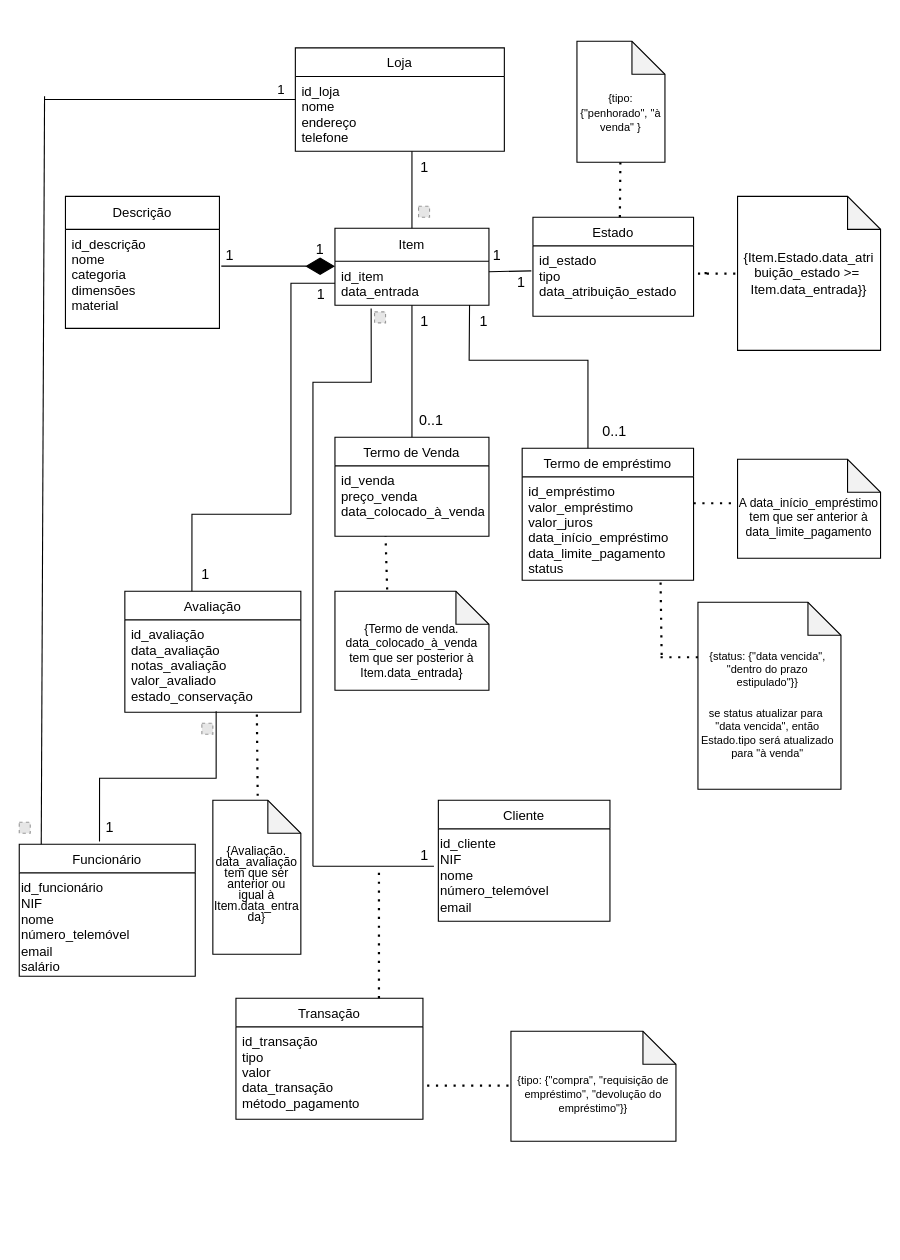
The draw.io diagram bd_fixed.drawio in JorjaKark/bd, before the edit. Source tidied: cells renumbered, new cells numbered last; positions are measured from the earlier drawing's top-left corner, leaving out a move shared by most shapes. Both pictures are drawn from the tidied source at 110%, with x=0, y=0 at pixel (19, 41). Pictures stored in the file or linked from it are replaced by grey dashed boxes.
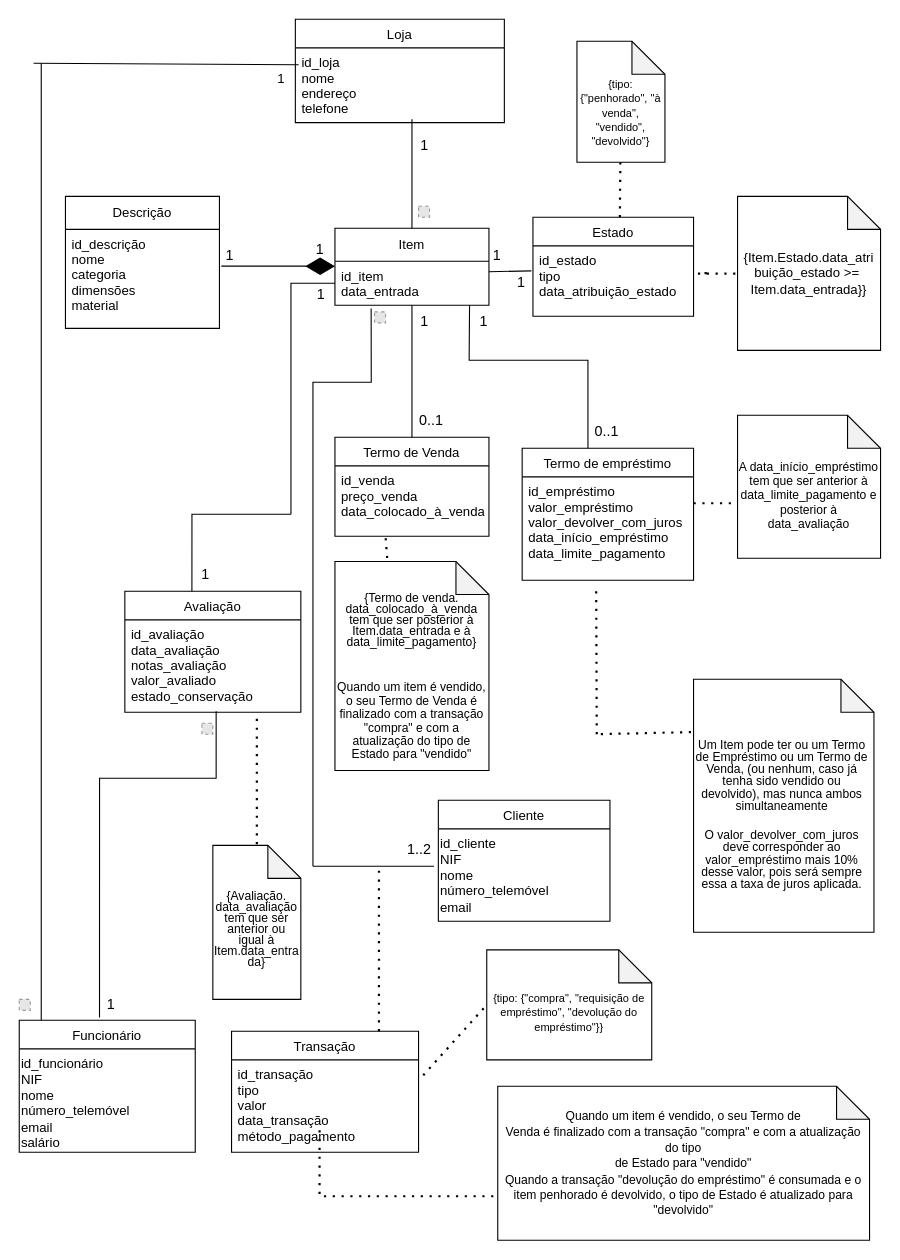
The same diagram, later.

Unchanged cells that the change refers to:
```xml
<mxCell id="6" value="id_loja&#10;nome&#10;endereço&#10;telefone&#10;" style="text;align=left;verticalAlign=top;spacingLeft=4;spacingRight=4;overflow=hidden;points=[[0,0.5],[1,0.5]];portConstraint=eastwest;" parent="5" vertex="1">
  <mxGeometry y="26" width="190" height="64" as="geometry" />
</mxCell>
<mxCell id="10" value="Avaliação" style="swimlane;fontStyle=0;align=center;verticalAlign=top;horizontal=1;startSize=26;rounded=0;shadow=0;strokeWidth=1;" parent="1" vertex="1">
  <mxGeometry x="96" y="500" width="160" height="110" as="geometry" />
</mxCell>
<mxCell id="11" value="Termo de empréstimo" style="swimlane;fontStyle=0;align=center;verticalAlign=top;horizontal=1;startSize=26;rounded=0;shadow=0;strokeWidth=1;" parent="1" vertex="1">
  <mxGeometry x="457.2" y="370" width="155.8" height="120" as="geometry" />
</mxCell>
<mxCell id="16" value="id_transação&#10;tipo&#10;valor&#10;data_transação&#10;método_pagamento&#10;" style="text;align=left;verticalAlign=top;spacingLeft=4;spacingRight=4;overflow=hidden;points=[[0,0.5],[1,0.5]];portConstraint=eastwest;fontStyle=0;" parent="15" vertex="1">
  <mxGeometry y="26" width="170" height="84" as="geometry" />
</mxCell>
```

Change to the diagram source:
```diff
@@
-    <mxCell id="2" value="&lt;div style=&quot;font-size: 11px; margin-top: 16px;&quot;&gt;&lt;font style=&quot;font-size: 11px;&quot;&gt;A data_início_empréstimo tem que ser anterior à data_limite_pagamento&lt;/font&gt;&lt;/div&gt;" style="shape=note;whiteSpace=wrap;html=1;backgroundOutline=1;darkOpacity=0.05;" parent="1" vertex="1">
-      <mxGeometry x="653" y="380" width="130" height="90" as="geometry" />
+    <mxCell id="2" value="&lt;div style=&quot;font-size: 11px; margin-top: 16px;&quot;&gt;&lt;font style=&quot;font-size: 11px;&quot;&gt;A data_início_empréstimo tem que ser anterior à data_limite_pagamento e posterior à data_avaliação&lt;br&gt;&lt;/font&gt;&lt;/div&gt;" style="shape=note;whiteSpace=wrap;html=1;backgroundOutline=1;darkOpacity=0.05;" parent="1" vertex="1">
+      <mxGeometry x="653" y="340" width="130" height="130" as="geometry" />
     </mxCell>
     <mxCell id="3" value="Funcionário" style="swimlane;fontStyle=0;align=center;verticalAlign=top;horizontal=1;startSize=26;rounded=0;shadow=0;strokeWidth=1;" parent="1" vertex="1">
-      <mxGeometry y="730" width="160" height="120" as="geometry" />
+      <mxGeometry y="890" width="160" height="120" as="geometry" />
     </mxCell>
-    <mxCell id="4" value="&lt;div&gt;id_funcionário&lt;/div&gt;&lt;div&gt;NIF&lt;br&gt;&lt;/div&gt;&lt;div&gt;nome&lt;/div&gt;&lt;div&gt;número_telemóvel&lt;/div&gt;&lt;div&gt;email&lt;/div&gt;&lt;div&gt;salário&lt;/div&gt;" style="text;whiteSpace=wrap;html=1;" parent="1" vertex="1">
-      <mxGeometry y="756" width="160" height="78" as="geometry" />
+    <mxCell id="4" value="&lt;div&gt;id_funcionário&lt;/div&gt;&lt;div&gt;NIF&lt;br&gt;&lt;/div&gt;&lt;div&gt;nome&lt;/div&gt;&lt;div&gt;número_telemóvel&lt;/div&gt;&lt;div&gt;email&lt;/div&gt;&lt;div&gt;salário&lt;/div&gt;" style="text;whiteSpace=wrap;html=1;" parent="3" vertex="1">
+      <mxGeometry y="26" width="160" height="78" as="geometry" />
     </mxCell>
     <mxCell id="5" value="Loja" style="swimlane;fontStyle=0;align=center;verticalAlign=top;horizontal=1;startSize=26;rounded=0;shadow=0;strokeWidth=1;" parent="1" vertex="1">
-      <mxGeometry x="251" y="6" width="190" height="94" as="geometry" />
+      <mxGeometry x="251" y="-20" width="190" height="94" as="geometry" />
     </mxCell>
@@
-    <mxCell id="12" value="id_empréstimo&#10;valor_empréstimo&#10;valor_juros&#10;data_início_empréstimo&#10;data_limite_pagamento&#10;status&#10;" style="text;align=left;verticalAlign=top;spacingLeft=4;spacingRight=4;overflow=hidden;fontStyle=0;" parent="11" vertex="1">
+    <mxCell id="12" value="id_empréstimo&#10;valor_empréstimo&#10;valor_devolver_com_juros&#10;data_início_empréstimo&#10;data_limite_pagamento&#10;" style="text;align=left;verticalAlign=top;spacingLeft=4;spacingRight=4;overflow=hidden;fontStyle=0;" parent="11" vertex="1">
       <mxGeometry y="26" width="155.8" height="94" as="geometry" />
     </mxCell>
@@
     <mxCell id="15" value="Transação" style="swimlane;fontStyle=0;align=center;verticalAlign=top;horizontal=1;startSize=26;rounded=0;shadow=0;strokeWidth=1;" parent="1" vertex="1">
-      <mxGeometry x="197" y="870" width="170" height="110" as="geometry" />
+      <mxGeometry x="193" y="900" width="170" height="110" as="geometry" />
     </mxCell>
@@
     <mxCell id="26" style="endArrow=none;html=1;rounded=0;exitX=0.125;exitY=0;exitDx=0;exitDy=0;exitPerimeter=0;" parent="1" edge="1" source="3">
       <mxGeometry relative="1" as="geometry">
-        <mxPoint x="23" y="50" as="targetPoint" />
+        <mxPoint x="20" y="20" as="targetPoint" />
       </mxGeometry>
     </mxCell>
-    <mxCell id="27" style="endArrow=none;html=1;rounded=0;" parent="1" edge="1">
+    <mxCell id="27" style="endArrow=none;html=1;rounded=0;entryX=0.016;entryY=0.24;entryDx=0;entryDy=0;entryPerimeter=0;" parent="1" edge="1" target="6">
       <mxGeometry relative="1" as="geometry">
-        <mxPoint x="23" y="52.9" as="sourcePoint" />
-        <mxPoint x="251" y="52.9" as="targetPoint" />
+        <mxPoint x="13" y="20" as="sourcePoint" />
       </mxGeometry>
     </mxCell>
@@
-    <mxCell id="29" value="&lt;div style=&quot;font-size: 10px; padding-right: 3px; margin-bottom: 0px; margin-top: 16px;&quot; align=&quot;center&quot;&gt;&lt;font style=&quot;font-size: 10px;&quot;&gt;{status: {&quot;data vencida&quot;, &quot;dentro do prazo estipulado&quot;}}&lt;/font&gt;&lt;/div&gt;&lt;div style=&quot;font-size: 10px; padding-right: 3px; margin-bottom: 0px; margin-top: 16px;&quot; align=&quot;center&quot;&gt;&lt;font style=&quot;font-size: 10px;&quot;&gt;se status atualizar para&amp;nbsp; &quot;data vencida&quot;, então Estado.tipo será atualizado para &quot;à venda&quot;&lt;br&gt;&lt;/font&gt;&lt;/div&gt;" style="shape=note;whiteSpace=wrap;html=1;backgroundOutline=1;darkOpacity=0.05;align=center;" parent="1" vertex="1">
-      <mxGeometry x="617" y="510" width="130" height="170" as="geometry" />
+    <mxCell id="29" value="&lt;div style=&quot;padding-right: 3px; margin-bottom: 0px; margin-top: 16px; font-size: 11px; line-height: 100%;&quot; align=&quot;center&quot;&gt;&lt;font style=&quot;font-size: 11px;&quot;&gt;Um Item pode ter ou um Termo de Empréstimo ou um Termo de Venda, (ou nenhum, caso já tenha sido vendido ou devolvido), mas nunca ambos simultaneamente&lt;/font&gt;&lt;/div&gt;&lt;div style=&quot;padding-right: 3px; margin-bottom: 0px; margin-top: 16px; font-size: 11px; line-height: 100%;&quot; align=&quot;center&quot;&gt;&lt;font style=&quot;font-size: 11px;&quot;&gt;O valor_devolver_com_juros deve corresponder ao valor_empréstimo mais 10% desse valor, pois será sempre essa a taxa de juros aplicada.&lt;/font&gt;&lt;/div&gt;" style="shape=note;whiteSpace=wrap;html=1;backgroundOutline=1;darkOpacity=0.05;align=center;" parent="1" vertex="1">
+      <mxGeometry x="613" y="580" width="164" height="230" as="geometry" />
     </mxCell>
     <mxCell id="30" value="&lt;p style=&quot;line-height: 110%; margin-top: 30px; padding-right: 0px;&quot;&gt;&lt;font style=&quot;font-size: 10px;&quot;&gt;{tipo: {&quot;compra&quot;, &quot;requisição de empréstimo&quot;, &quot;devolução do empréstimo&quot;}}&lt;/font&gt;&lt;/p&gt;" style="shape=note;whiteSpace=wrap;html=1;backgroundOutline=1;darkOpacity=0.05;spacingBottom=4;labelBorderColor=none;" parent="1" vertex="1">
-      <mxGeometry x="447" y="900" width="150" height="100" as="geometry" />
+      <mxGeometry x="425" y="826" width="150" height="100" as="geometry" />
     </mxCell>
@@
-    <mxCell id="32" value="&lt;div style=&quot;font-size: 11px; margin-top: 20px;&quot;&gt;&lt;font style=&quot;font-size: 10px;&quot;&gt;{tipo: {&quot;penhorado&quot;, &quot;à venda&quot; }&lt;/font&gt;&lt;/div&gt;" style="shape=note;whiteSpace=wrap;html=1;backgroundOutline=1;darkOpacity=0.05;" parent="1" vertex="1">
+    <mxCell id="32" value="&lt;div style=&quot;font-size: 11px; margin-top: 20px;&quot;&gt;&lt;font style=&quot;font-size: 10px;&quot;&gt;{tipo: {&quot;penhorado&quot;, &quot;à venda&quot;, &quot;vendido&quot;, &quot;devolvido&quot;}&lt;/font&gt;&lt;/div&gt;" style="shape=note;whiteSpace=wrap;html=1;backgroundOutline=1;darkOpacity=0.05;" parent="1" vertex="1">
       <mxGeometry x="507" width="80" height="110" as="geometry" />
     </mxCell>
-    <mxCell id="33" value="&lt;p style=&quot;line-height: 110%; margin-top: 30px;&quot;&gt;&lt;font style=&quot;font-size: 11px;&quot;&gt;{Termo de venda. data_colocado_à_venda tem que ser posterior à Item.data_entrada} &lt;/font&gt;&lt;/p&gt;" style="shape=note;whiteSpace=wrap;html=1;backgroundOutline=1;darkOpacity=0.05;" parent="1" vertex="1">
-      <mxGeometry x="287" y="500" width="140" height="90" as="geometry" />
+    <mxCell id="33" value="&lt;p style=&quot;line-height: 90%; margin-top: 30px; font-size: 11px;&quot;&gt;&lt;font style=&quot;font-size: 11px;&quot;&gt;{Termo de venda. data_colocado_à_venda tem que ser posterior à Item.data_entrada e à data_limite_pagamento} &lt;br&gt;&lt;/font&gt;&lt;/p&gt;&lt;p style=&quot;line-height: 110%; margin-top: 30px; font-size: 11px;&quot;&gt;&lt;font style=&quot;font-size: 11px;&quot;&gt;Quando um item é vendido, o seu Termo de Venda é finalizado com a transação &quot;compra&quot; e com a atualização do tipo de Estado para &quot;vendido&quot;&lt;br&gt;&lt;/font&gt;&lt;/p&gt;" style="shape=note;whiteSpace=wrap;html=1;backgroundOutline=1;darkOpacity=0.05;" parent="1" vertex="1">
+      <mxGeometry x="287" y="473" width="140" height="190" as="geometry" />
     </mxCell>
@@
     <mxCell id="35" style="endArrow=none;dashed=1;html=1;dashPattern=1 3;strokeWidth=2;rounded=0;entryX=0.75;entryY=1;entryDx=0;entryDy=0;" parent="1" edge="1" target="10">
       <mxGeometry relative="1" as="geometry">
-        <mxPoint x="217" y="710" as="sourcePoint" />
+        <mxPoint x="216" y="730" as="sourcePoint" />
       </mxGeometry>
     </mxCell>
     <mxCell id="36" value="&lt;p style=&quot;line-height: 110%;&quot;&gt;&lt;/p&gt;&lt;div style=&quot;margin-top: 25px; font-size: 11px; line-height: 90%;&quot;&gt;&lt;font style=&quot;font-size: 11px;&quot;&gt;{Avaliação. data_avaliação tem que ser anterior ou igual à&lt;br&gt;&lt;/font&gt;&lt;/div&gt;&lt;div style=&quot;font-size: 11px; line-height: 90%;&quot;&gt;&lt;font style=&quot;font-size: 11px;&quot;&gt;Item.data_entra&lt;/font&gt;&lt;/div&gt;&lt;div style=&quot;font-size: 11px; line-height: 90%;&quot;&gt;&lt;font style=&quot;font-size: 11px;&quot;&gt;da}&lt;/font&gt;&lt;/div&gt;&lt;p&gt;&lt;/p&gt;" style="shape=note;whiteSpace=wrap;html=1;backgroundOutline=1;darkOpacity=0.05;" parent="1" vertex="1">
-      <mxGeometry x="176" y="690" width="80" height="140" as="geometry" />
+      <mxGeometry x="176" y="731" width="80" height="140" as="geometry" />
     </mxCell>
@@
     <mxCell id="44" style="endArrow=none;dashed=1;html=1;dashPattern=1 3;strokeWidth=2;rounded=0;" parent="1" edge="1">
       <mxGeometry relative="1" as="geometry">
-        <mxPoint x="327" y="870" as="sourcePoint" />
+        <mxPoint x="327" y="900" as="sourcePoint" />
         <mxPoint x="327" y="750" as="targetPoint" />
       </mxGeometry>
     </mxCell>
-    <mxCell id="45" style="endArrow=none;dashed=1;html=1;dashPattern=1 3;strokeWidth=2;rounded=0;exitX=1.008;exitY=0.602;exitDx=0;exitDy=0;exitPerimeter=0;entryX=-0.017;entryY=0.61;entryDx=0;entryDy=0;entryPerimeter=0;" parent="1" edge="1">
-      <mxGeometry relative="1" as="geometry">
-        <mxPoint x="370.8" y="949.4" as="sourcePoint" />
-        <mxPoint x="447" y="949.4" as="targetPoint" />
-      </mxGeometry>
+    <mxCell id="45" style="endArrow=none;dashed=1;html=1;dashPattern=1 3;strokeWidth=2;rounded=0;exitX=1.025;exitY=0.167;exitDx=0;exitDy=0;exitPerimeter=0;entryX=0;entryY=0.5;entryDx=0;entryDy=0;entryPerimeter=0;" parent="1" edge="1" source="16" target="30">
+      <mxGeometry relative="1" as="geometry" />
     </mxCell>
     <mxCell id="46" style="endArrow=none;html=1;rounded=0;" parent="1" edge="1">
       <mxGeometry relative="1" as="geometry">
         <mxPoint x="357" y="170" as="sourcePoint" />
-        <mxPoint x="357" y="100" as="targetPoint" />
+        <mxPoint x="357" y="71" as="targetPoint" />
       </mxGeometry>
     </mxCell>
     <mxCell id="47" value="1" style="text;align=left;verticalAlign=top;spacingLeft=4;spacingRight=4;overflow=hidden;fontStyle=0;" parent="1" vertex="1">
-      <mxGeometry x="229" y="30" width="22" height="30" as="geometry" />
+      <mxGeometry x="229" y="20" width="22" height="30" as="geometry" />
     </mxCell>
     <mxCell id="48" value="1" style="text;align=left;verticalAlign=top;spacingLeft=4;spacingRight=4;overflow=hidden;fontStyle=0;fontSize=13;" parent="1" vertex="1">
-      <mxGeometry x="73" y="700" width="22" height="30" as="geometry" />
+      <mxGeometry x="74" y="861" width="22" height="30" as="geometry" />
     </mxCell>
-    <mxCell id="49" value="1" style="text;align=left;verticalAlign=top;spacingLeft=4;spacingRight=4;overflow=hidden;fontStyle=0;fontSize=13;" parent="1" vertex="1">
-      <mxGeometry x="359" y="726" width="22" height="30" as="geometry" />
+    <mxCell id="49" value="1..2" style="text;align=left;verticalAlign=top;spacingLeft=4;spacingRight=4;overflow=hidden;fontStyle=0;fontSize=13;" parent="1" vertex="1">
+      <mxGeometry x="347" y="720" width="40" height="30" as="geometry" />
     </mxCell>
@@
     <mxCell id="55" value="1" style="text;align=left;verticalAlign=top;spacingLeft=4;spacingRight=4;overflow=hidden;fontStyle=0;fontSize=13;" parent="1" vertex="1">
-      <mxGeometry x="359" y="100" width="22" height="30" as="geometry" />
+      <mxGeometry x="359" y="80" width="22" height="30" as="geometry" />
     </mxCell>
@@
     <mxCell id="61" style="fillColor=#E6E6E6;strokeColor=#999999;dashed=1;html=1;verticalAlign=top;verticalLabelPosition=bottom;labelBackgroundColor=#ffffff;align=center;fontFamily=Helvetica;fontSize=12;fontColor=default;" parent="1" vertex="1">
-      <mxGeometry y="710" width="10" height="10" as="geometry" />
+      <mxGeometry y="871" width="10" height="10" as="geometry" />
     </mxCell>
@@
     <mxCell id="63" value="0..1" style="text;align=left;verticalAlign=top;spacingLeft=4;spacingRight=4;overflow=hidden;fontStyle=0;fontSize=13;" parent="1" vertex="1">
-      <mxGeometry x="524.5" y="340" width="45" height="30" as="geometry" />
+      <mxGeometry x="517.5" y="340" width="45" height="30" as="geometry" />
     </mxCell>
@@
-    <mxCell id="66" style="endArrow=none;dashed=1;html=1;dashPattern=1 3;strokeWidth=2;rounded=0;" parent="1" edge="1">
-      <mxGeometry relative="1" as="geometry">
-        <mxPoint x="617" y="560" as="sourcePoint" />
-        <mxPoint x="577" y="560" as="targetPoint" />
-        <Array as="points">
-          <mxPoint x="583" y="560" />
-        </Array>
-      </mxGeometry>
-    </mxCell>
-    <mxCell id="67" style="endArrow=none;dashed=1;html=1;dashPattern=1 3;strokeWidth=2;rounded=0;exitX=0.339;exitY=-0.017;exitDx=0;exitDy=0;exitPerimeter=0;entryX=0.339;entryY=1.023;entryDx=0;entryDy=0;entryPerimeter=0;" parent="1" edge="1">
+    <mxCell id="67" style="endArrow=none;dashed=1;html=1;dashPattern=1 3;strokeWidth=2;rounded=0;entryX=0.339;entryY=1.023;entryDx=0;entryDy=0;entryPerimeter=0;" parent="1" edge="1">
       <mxGeometry relative="1" as="geometry">
-        <mxPoint x="584" y="558" as="sourcePoint" />
-        <mxPoint x="583" y="491" as="targetPoint" />
+        <mxPoint x="525" y="630" as="sourcePoint" />
+        <mxPoint x="524.5" y="500" as="targetPoint" />
       </mxGeometry>
     </mxCell>
@@
+    <mxCell id="69" style="endArrow=none;dashed=1;html=1;dashPattern=1 3;strokeWidth=2;rounded=0;" parent="1" edge="1">
+      <mxGeometry relative="1" as="geometry">
+        <mxPoint x="273" y="990" as="sourcePoint" />
+        <mxPoint x="433" y="1050" as="targetPoint" />
+        <Array as="points">
+          <mxPoint x="273" y="1050" />
+        </Array>
+      </mxGeometry>
+    </mxCell>
+    <mxCell id="70" value="&lt;font style=&quot;font-size: 11px;&quot;&gt;Quando um item é vendido, o seu Termo de &lt;br&gt;Venda é finalizado com a transação &quot;compra&quot; e com a atualização do tipo &lt;br&gt;&lt;/font&gt;&lt;div&gt;&lt;font style=&quot;font-size: 11px;&quot;&gt;de Estado para &quot;vendido&quot;&lt;/font&gt;&lt;/div&gt;&lt;div&gt;&lt;font style=&quot;font-size: 11px;&quot;&gt;Quando a transação &quot;devolução do empréstimo&quot; é consumada e o item penhorado é devolvido, o tipo de Estado é atualizado para &quot;devolvido&quot;&lt;br&gt;&lt;/font&gt;&lt;/div&gt;" style="shape=note;whiteSpace=wrap;html=1;backgroundOutline=1;darkOpacity=0.05;" parent="1" vertex="1">
+      <mxGeometry x="435" y="950" width="338" height="140" as="geometry" />
+    </mxCell>
+    <mxCell id="71" style="endArrow=none;dashed=1;html=1;dashPattern=1 3;strokeWidth=2;rounded=0;exitX=-0.014;exitY=0.209;exitDx=0;exitDy=0;exitPerimeter=0;" parent="1" edge="1" source="29">
+      <mxGeometry relative="1" as="geometry">
+        <mxPoint x="523" y="630" as="targetPoint" />
+      </mxGeometry>
+    </mxCell>
```
